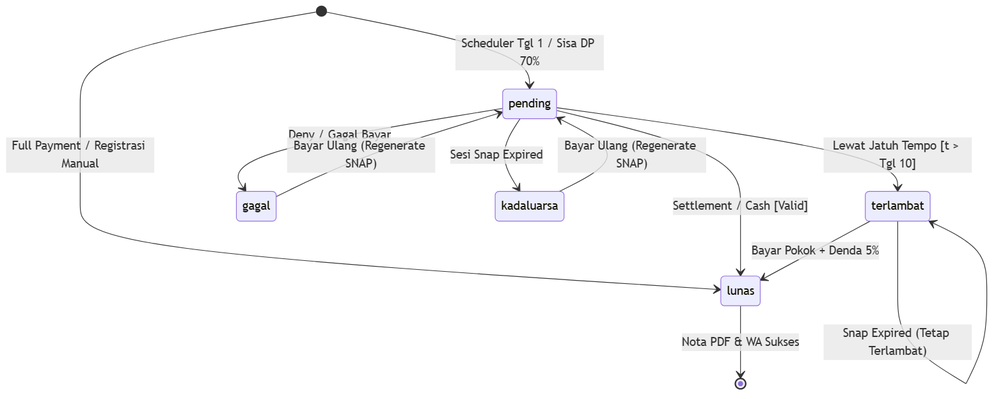
This is Blueprint/state/state_tagihan_lifecycle.png from rafifarsyapradiva/asri-boarding-house, a Mermaid export, as it was before one commit. Its source is kept beside it as Blueprint/state/state_tagihan_lifecycle.mmd. The source it was exported from:
```mermaid
stateDiagram-v2
    [*] --> pending : Scheduler Tgl 1 / Sisa DP 70%
    [*] --> lunas : Full Payment / Registrasi Manual

    pending --> lunas : Settlement / Cash [Valid]
    pending --> terlambat : Lewat Jatuh Tempo [t > Tgl 10]
    pending --> gagal : Deny / Gagal Bayar
    pending --> kadaluarsa : Sesi Snap Expired

    terlambat --> lunas : Bayar Pokok + Denda 5%
    terlambat --> terlambat : Snap Expired (Tetap Terlambat)

    gagal --> pending : Bayar Ulang (Regenerate SNAP)
    kadaluarsa --> pending : Bayar Ulang (Regenerate SNAP)

    lunas --> [*] : Nota PDF & WA Sukses
```
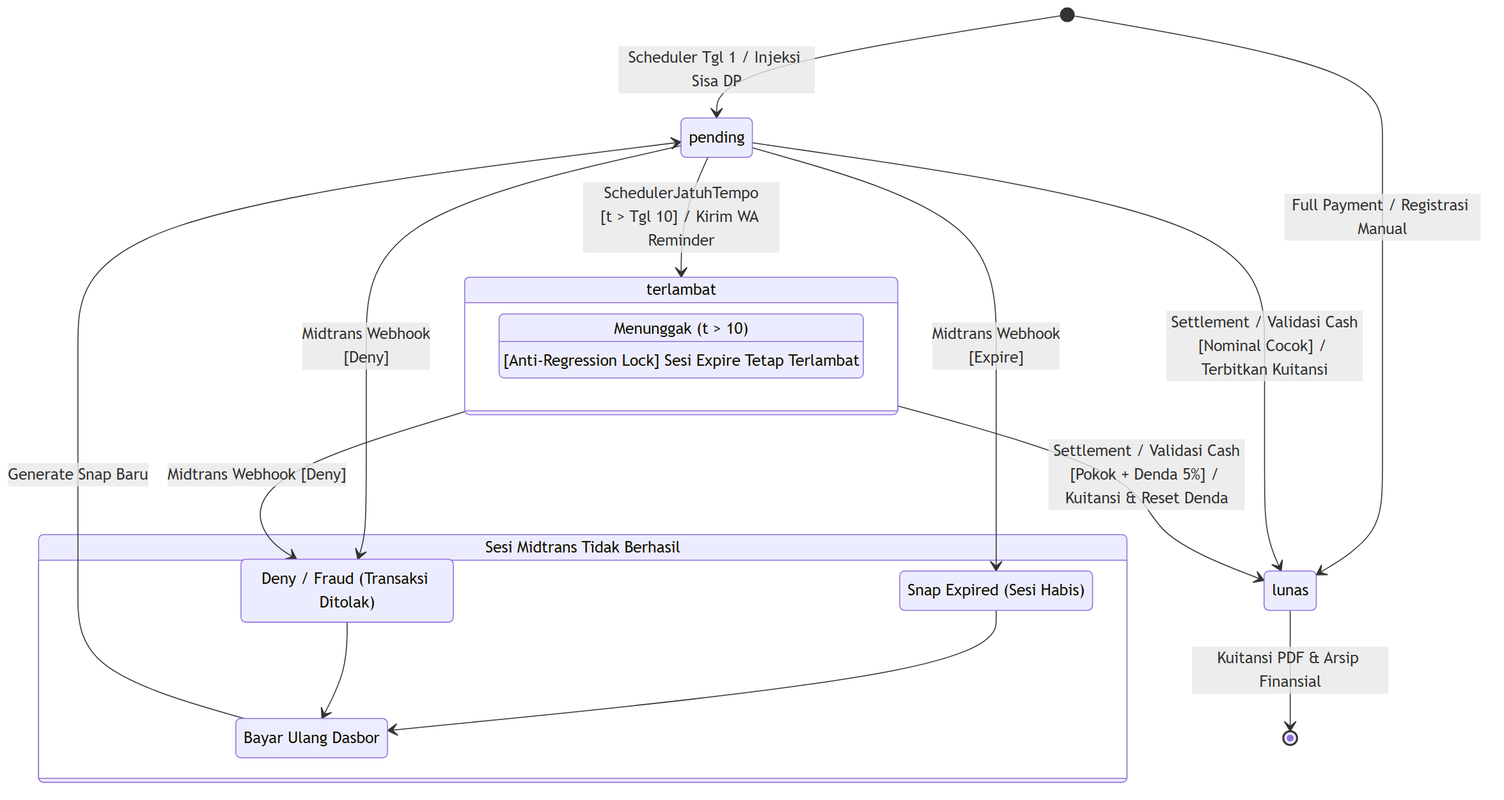
Above is the later version.

Diff of the diagram source:
```diff
@@ -1,16 +1,34 @@
 stateDiagram-v2
-    [*] --> pending : Scheduler Tgl 1 / Sisa DP 70%
+    direction TB
+
+    state "pending" as pending
+    state "lunas" as lunas
+
+    state "terlambat" as terlambat {
+        terlambat_aktif : Menunggak (t > 10)
+        terlambat_aktif : [Anti-Regression Lock] Sesi Expire Tetap Terlambat
+    }
+
+    [*] --> pending : Scheduler Tgl 1 / Injeksi Sisa DP
     [*] --> lunas : Full Payment / Registrasi Manual
 
-    pending --> lunas : Settlement / Cash [Valid]
-    pending --> terlambat : Lewat Jatuh Tempo [t > Tgl 10]
-    pending --> gagal : Deny / Gagal Bayar
-    pending --> kadaluarsa : Sesi Snap Expired
+    pending --> lunas : Settlement / Validasi Cash<br>[Nominal Cocok] / Terbitkan Kuitansi
+    pending --> terlambat : SchedulerJatuhTempo<br>[t > Tgl 10] / Kirim WA Reminder
 
-    terlambat --> lunas : Bayar Pokok + Denda 5%
-    terlambat --> terlambat : Snap Expired (Tetap Terlambat)
+    terlambat --> lunas : Settlement / Validasi Cash<br>[Pokok + Denda 5%] / Kuitansi & Reset Denda
 
-    gagal --> pending : Bayar Ulang (Regenerate SNAP)
-    kadaluarsa --> pending : Bayar Ulang (Regenerate SNAP)
+    state "Sesi Midtrans Tidak Berhasil" as SesiGagal {
+        kadaluarsa : Snap Expired (Sesi Habis)
+        gagal : Deny / Fraud (Transaksi Ditolak)
+        state "Bayar Ulang Dasbor" as Reorder
+        kadaluarsa --> Reorder
+        gagal --> Reorder
+    }
 
-    lunas --> [*] : Nota PDF & WA Sukses
+    pending --> kadaluarsa : Midtrans Webhook<br>[Expire]
+    pending --> gagal : Midtrans Webhook<br>[Deny]
+    terlambat --> gagal : Midtrans Webhook [Deny]
+
+    Reorder --> pending : Generate Snap Baru
+
+    lunas --> [*] : Kuitansi PDF & Arsip Finansial
```
